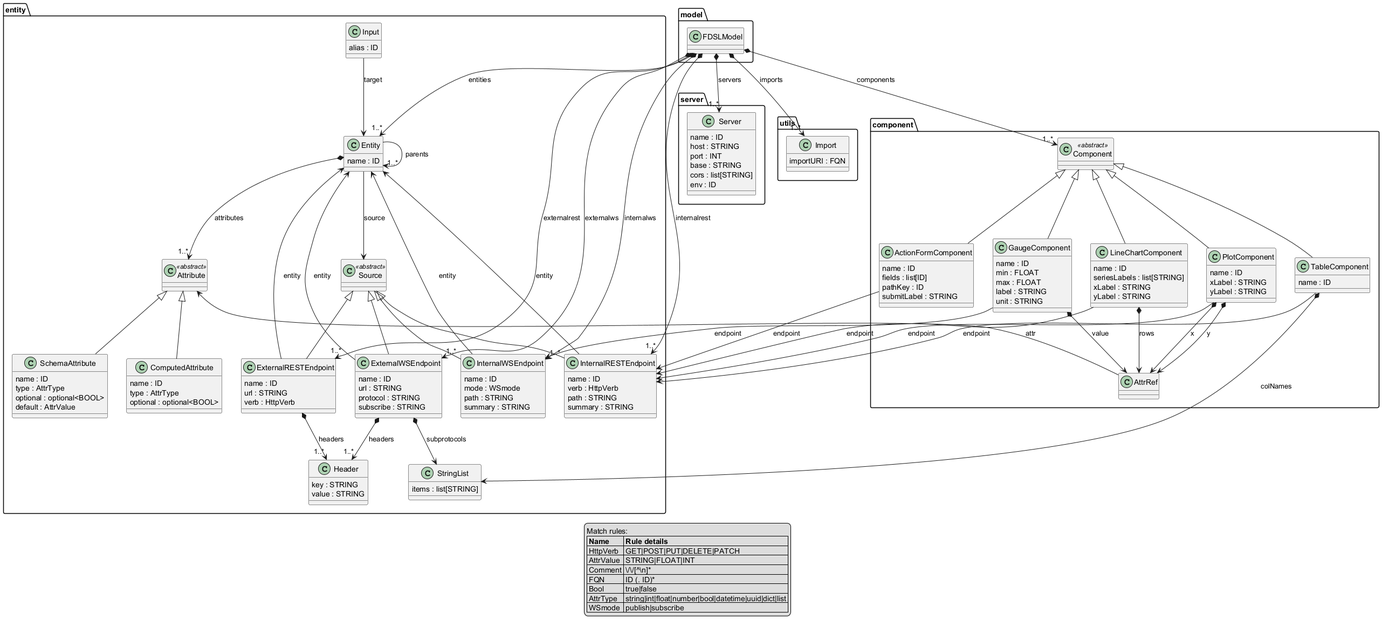
This is docs/model_metamodel.png from fkatsaras/functionality-dsl, a PlantUML export, as it was before one commit.
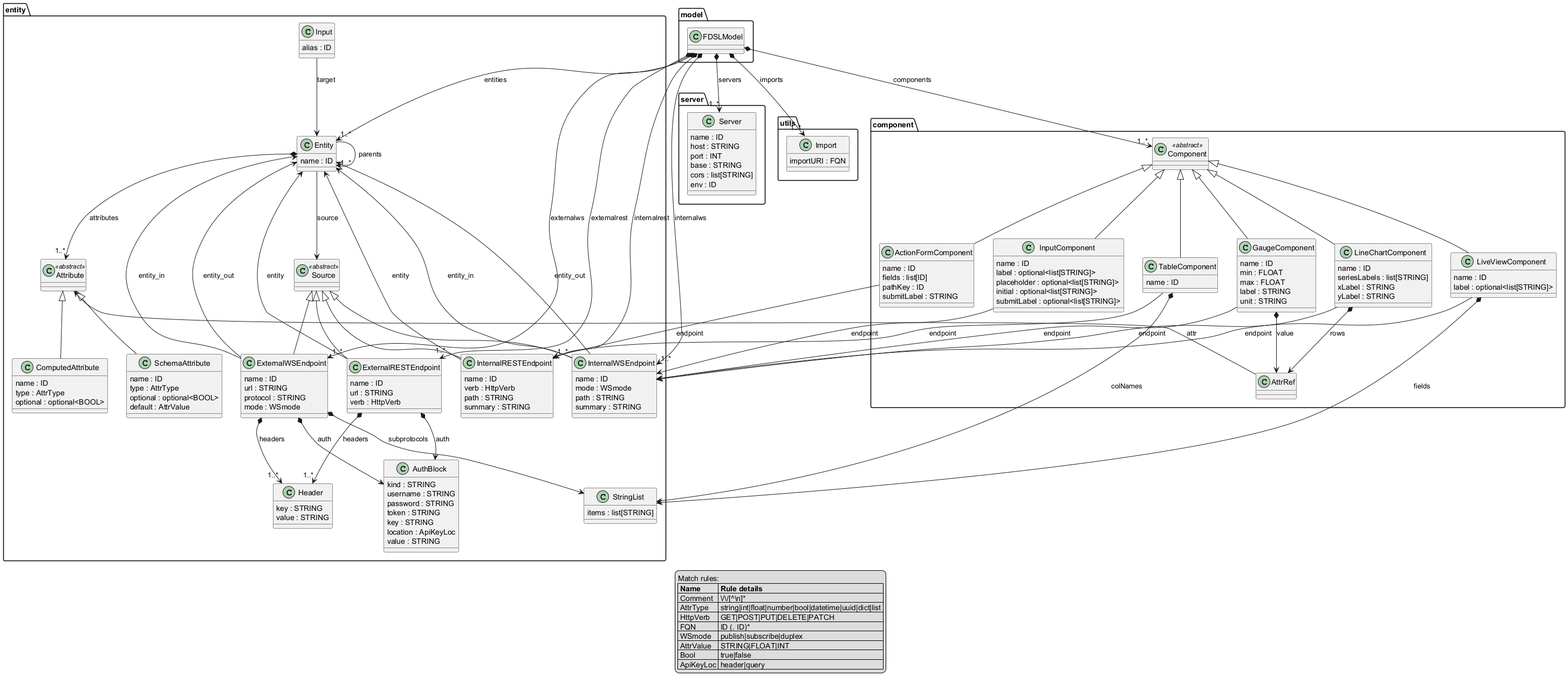
After the commit.

Commit message:
Entities that arent part of an internal endpoint data flow can now be accessed

Diff of the diagram source:
```diff
@@ -45,6 +45,17 @@
 }
 
 
+class entity.AuthBlock  {
+  kind : STRING
+  username : STRING
+  password : STRING
+  token : STRING
+  key : STRING
+  location : ApiKeyLoc
+  value : STRING
+}
+
+
 class entity.ExternalRESTEndpoint  {
   name : ID
   url : STRING
@@ -56,7 +67,7 @@
   name : ID
   url : STRING
   protocol : STRING
-  subscribe : STRING
+  mode : WSmode
 }
 
 
@@ -125,10 +136,18 @@
 }
 
 
-class component.PlotComponent  {
+class component.InputComponent  {
   name : ID
-  xLabel : STRING
-  yLabel : STRING
+  label : optional<list[STRING]>
+  placeholder : optional<list[STRING]>
+  initial : optional<list[STRING]>
+  submitLabel : optional<list[STRING]>
+}
+
+
+class component.LiveViewComponent  {
+  name : ID
+  label : optional<list[STRING]>
 }
 
 
@@ -161,39 +180,45 @@
 entity.Source <|-- entity.ExternalRESTEndpoint
 entity.Source <|-- entity.ExternalWSEndpoint
 entity.ExternalRESTEndpoint *--> "1..*" entity.Header: headers
+entity.ExternalRESTEndpoint *-->  entity.AuthBlock: auth
 entity.ExternalRESTEndpoint -->  entity.Entity: entity
 entity.ExternalWSEndpoint *-->  entity.StringList: subprotocols
 entity.ExternalWSEndpoint *--> "1..*" entity.Header: headers
-entity.ExternalWSEndpoint -->  entity.Entity: entity
+entity.ExternalWSEndpoint *-->  entity.AuthBlock: auth
+entity.ExternalWSEndpoint -->  entity.Entity: entity_in
+entity.ExternalWSEndpoint -->  entity.Entity: entity_out
 entity.InternalRESTEndpoint -->  entity.Entity: entity
-entity.InternalWSEndpoint -->  entity.Entity: entity
+entity.InternalWSEndpoint -->  entity.Entity: entity_in
+entity.InternalWSEndpoint -->  entity.Entity: entity_out
 component.AttrRef -->  entity.Attribute: attr
 component.Component <|-- component.TableComponent
 component.Component <|-- component.LineChartComponent
 component.Component <|-- component.ActionFormComponent
 component.Component <|-- component.GaugeComponent
-component.Component <|-- component.PlotComponent
+component.Component <|-- component.InputComponent
+component.Component <|-- component.LiveViewComponent
 component.TableComponent -->  entity.InternalRESTEndpoint: endpoint
 component.TableComponent *-->  entity.StringList: colNames
-component.LineChartComponent -->  entity.InternalRESTEndpoint: endpoint
+component.LineChartComponent -->  entity.InternalWSEndpoint: endpoint
 component.LineChartComponent *-->  component.AttrRef: rows
 component.GaugeComponent -->  entity.InternalWSEndpoint: endpoint
 component.GaugeComponent *-->  component.AttrRef: value
 component.ActionFormComponent -->  entity.InternalRESTEndpoint: endpoint
-component.PlotComponent -->  entity.InternalRESTEndpoint: endpoint
-component.PlotComponent *-->  component.AttrRef: x
-component.PlotComponent *-->  component.AttrRef: y
+component.InputComponent -->  entity.InternalWSEndpoint: endpoint
+component.LiveViewComponent -->  entity.InternalWSEndpoint: endpoint
+component.LiveViewComponent *-->  entity.StringList: fields
 
 legend
   Match rules:
   |= Name  |= Rule details |
+  | Comment | \\/\\/[^\\n]* |
+  | AttrType | string\|int\|float\|number\|bool\|datetime\|uuid\|dict\|list |
   | HttpVerb | GET\|POST\|PUT\|DELETE\|PATCH |
+  | FQN | ID (. ID)* |
+  | WSmode | publish\|subscribe\|duplex |
   | AttrValue | STRING\|FLOAT\|INT |
-  | Comment | \\/\\/[^\\n]* |
-  | FQN | ID (. ID)* |
   | Bool | true\|false |
-  | AttrType | string\|int\|float\|number\|bool\|datetime\|uuid\|dict\|list |
-  | WSmode | publish\|subscribe |
+  | ApiKeyLoc | header\|query |
 end legend
 
 @enduml
```
